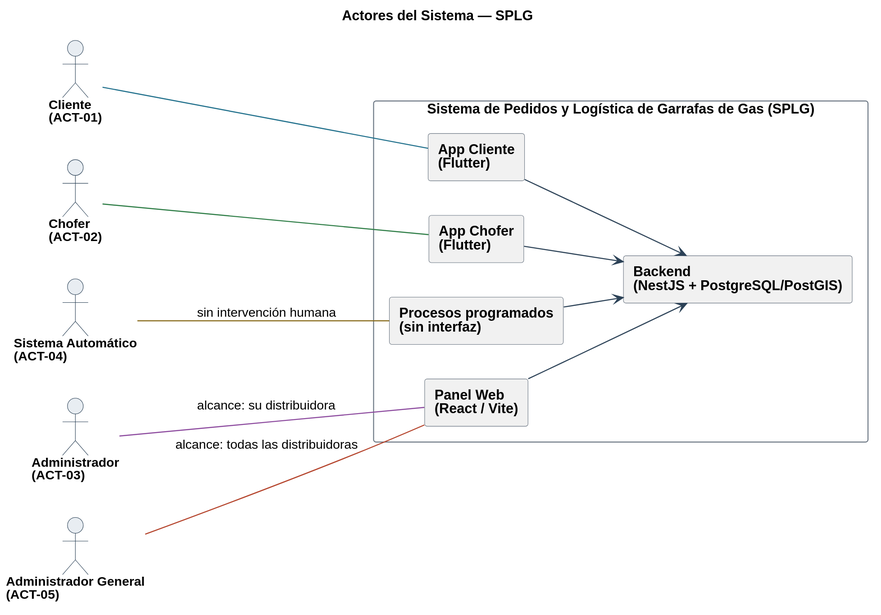
Before: diagramas/uml/CU_Sistema_Actores.svg, a diagram exported from PlantUML (Nahuelito-Dev/splg-docs).
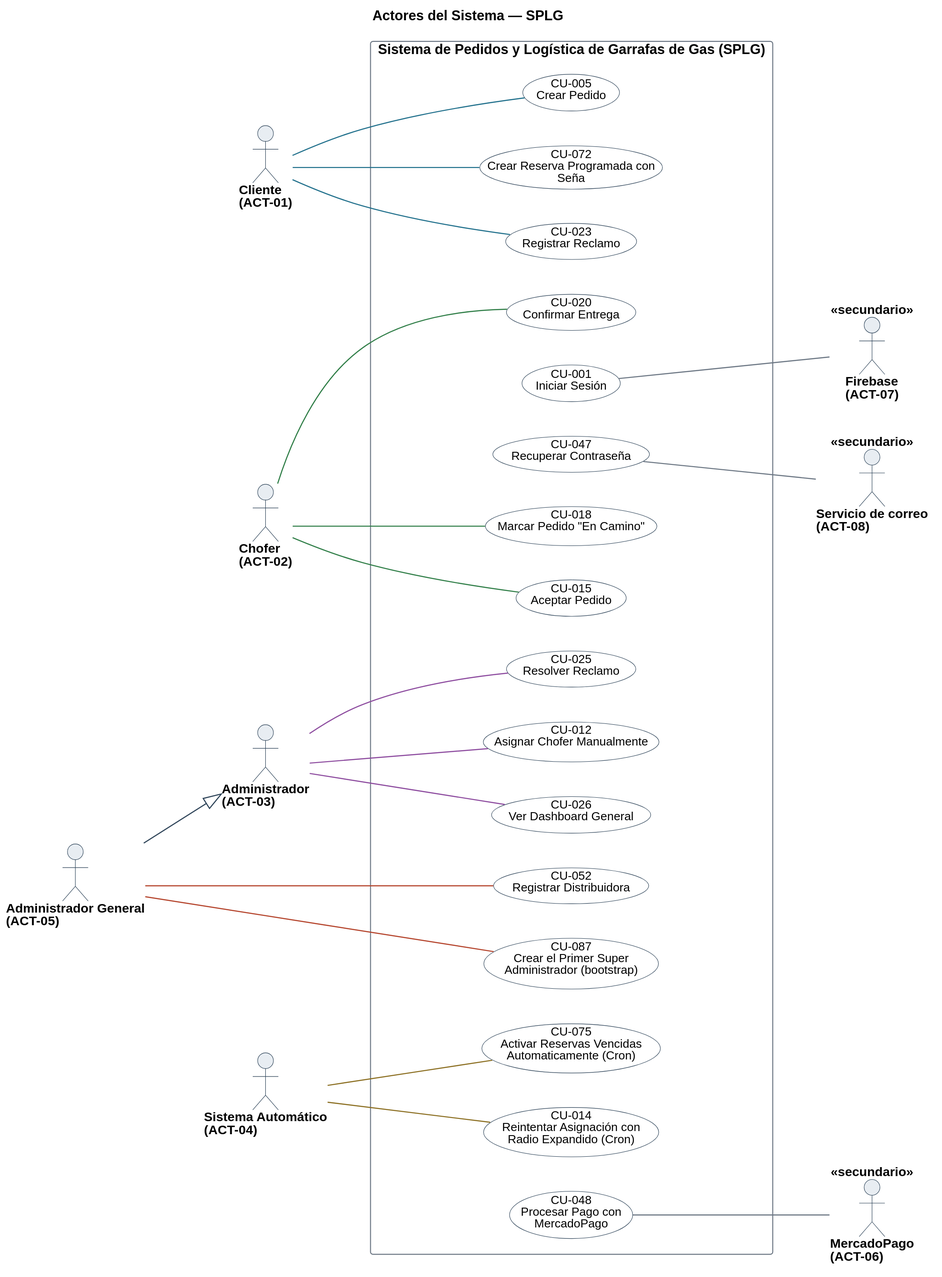
Later version of the same file.

Diff of the diagram source:
```diff
@@ -28,25 +28,47 @@
 actor "Cliente\n(ACT-01)" as A01
 actor "Chofer\n(ACT-02)" as A02
 actor "Administrador\n(ACT-03)" as A03
+actor "Administrador General\n(ACT-05)" as A05
 actor "Sistema Automático\n(ACT-04)" as A04
-actor "Administrador General\n(ACT-05)" as A05
+actor "MercadoPago\n(ACT-06)" as A06 <<secundario>>
+actor "Firebase\n(ACT-07)" as A07 <<secundario>>
+actor "Servicio de correo\n(ACT-08)" as A08 <<secundario>>
 
 rectangle "Sistema de Pedidos y Logística de Garrafas de Gas (SPLG)" {
-  rectangle "App Cliente\n(Flutter)" as APPC
-  rectangle "App Chofer\n(Flutter)" as APPD
-  rectangle "Panel Web\n(React / Vite)" as PANEL
-  rectangle "Procesos programados\n(sin interfaz)" as PROC
-  rectangle "Backend\n(NestJS + PostgreSQL/PostGIS)" as BACK
+  usecase "CU-001\nIniciar Sesión" as U001 #back:FFFFFF;line:2C4257
+  usecase "CU-005\nCrear Pedido" as U005 #back:FFFFFF;line:2C4257
+  usecase "CU-012\nAsignar Chofer Manualmente" as U012 #back:FFFFFF;line:2C4257
+  usecase "CU-014\nReintentar Asignación con\nRadio Expandido (Cron)" as U014 #back:FFFFFF;line:2C4257
+  usecase "CU-015\nAceptar Pedido" as U015 #back:FFFFFF;line:2C4257
+  usecase "CU-018\nMarcar Pedido "En Camino"" as U018 #back:FFFFFF;line:2C4257
+  usecase "CU-020\nConfirmar Entrega" as U020 #back:FFFFFF;line:2C4257
+  usecase "CU-023\nRegistrar Reclamo" as U023 #back:FFFFFF;line:2C4257
+  usecase "CU-025\nResolver Reclamo" as U025 #back:FFFFFF;line:2C4257
+  usecase "CU-026\nVer Dashboard General" as U026 #back:FFFFFF;line:2C4257
+  usecase "CU-047\nRecuperar Contraseña" as U047 #back:FFFFFF;line:2C4257
+  usecase "CU-048\nProcesar Pago con\nMercadoPago" as U048 #back:FFFFFF;line:2C4257
+  usecase "CU-052\nRegistrar Distribuidora" as U052 #back:FFFFFF;line:2C4257
+  usecase "CU-072\nCrear Reserva Programada con\nSeña" as U072 #back:FFFFFF;line:2C4257
+  usecase "CU-075\nActivar Reservas Vencidas\nAutomaticamente (Cron)" as U075 #back:FFFFFF;line:2C4257
+  usecase "CU-087\nCrear el Primer Super\nAdministrador (bootstrap)" as U087 #back:FFFFFF;line:2C4257
 }
 
-A01 -[#1F6F8B]- APPC
-A02 -[#2E7D46]- APPD
-A03 -[#8C4A9E]- PANEL : alcance: su distribuidora
-A05 -[#B4432B]- PANEL : alcance: todas las distribuidoras
-A04 -[#8A6D1F]- PROC : sin intervención humana
+A01 -[#1F6F8B]- U005
+A01 -[#1F6F8B]- U023
+A01 -[#1F6F8B]- U072
+A02 -[#2E7D46]- U015
+A02 -[#2E7D46]- U018
+A02 -[#2E7D46]- U020
+A03 -[#8C4A9E]- U012
+A03 -[#8C4A9E]- U025
+A03 -[#8C4A9E]- U026
+A05 -[#B4432B]- U052
+A05 -[#B4432B]- U087
+A04 -[#8A6D1F]- U014
+A04 -[#8A6D1F]- U075
+U048 -[#6B7683]- A06
+U001 -[#6B7683]- A07
+U047 -[#6B7683]- A08
 
-APPC --> BACK
-APPD --> BACK
-PANEL --> BACK
-PROC --> BACK
+A05 --|> A03
 @enduml
```
